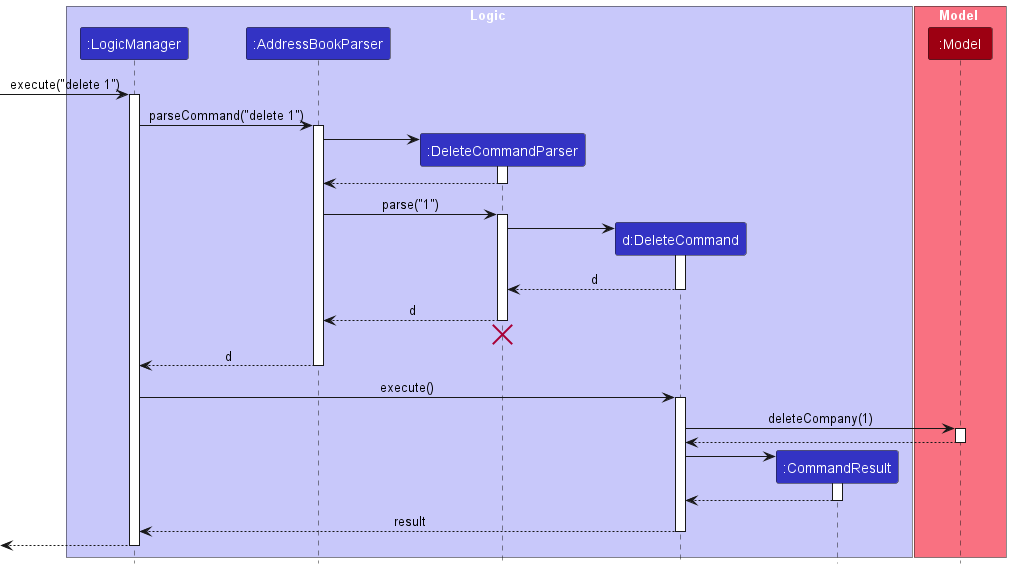
Before: docs/images/DeleteSequenceDiagram.png, a diagram exported from PlantUML (tayruxin/tp).
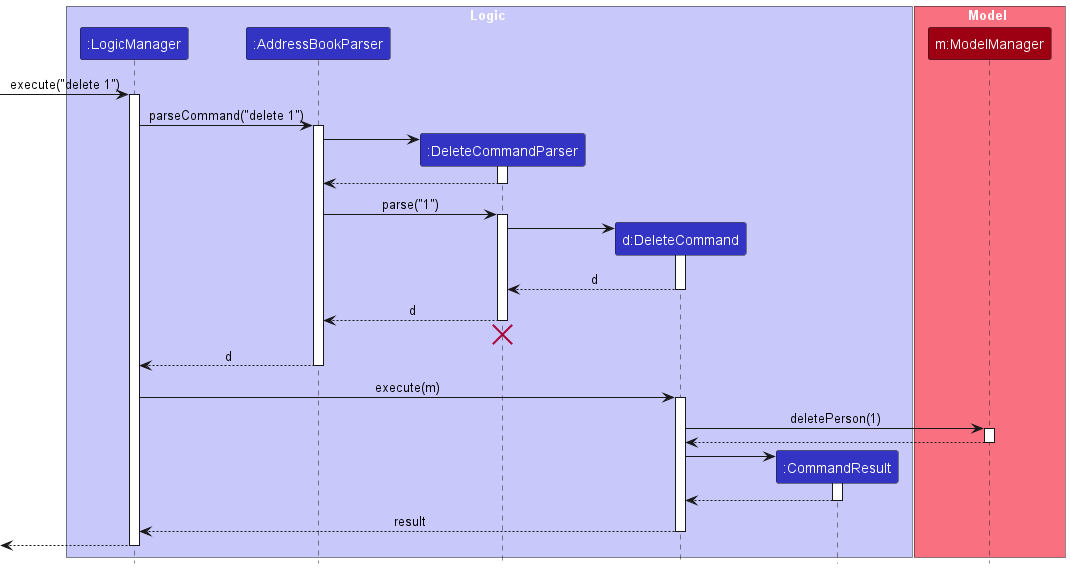
The same file after the commit.

Commit message:
Fix dg diagram bugs

Change to the diagram source:
```diff
@@ -11,7 +11,7 @@
 end box
 
 box Model MODEL_COLOR_T1
-participant ":Model" as Model MODEL_COLOR
+participant "m:ModelManager" as Model MODEL_COLOR
 end box
 
 [-> LogicManager : execute("delete 1")
@@ -45,10 +45,10 @@
 AddressBookParser --> LogicManager : d
 deactivate AddressBookParser
 
-LogicManager -> DeleteCommand : execute()
+LogicManager -> DeleteCommand : execute(m)
 activate DeleteCommand
 
-DeleteCommand -> Model : deleteCompany(1)
+DeleteCommand -> Model : deletePerson(1)
 activate Model
 
 Model --> DeleteCommand
```
